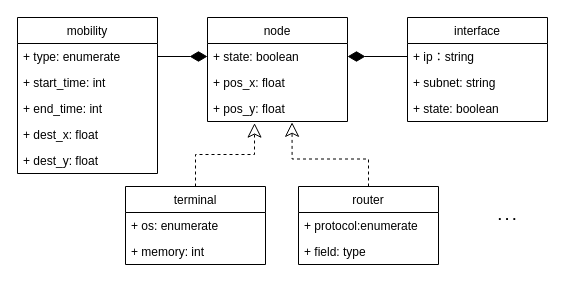
Above: 5_节点类图.drawio in Icarus1994/neutron_conf (draw.io), before the change. Source tidied: cells renumbered, new cells numbered last; positions are measured from the earlier drawing's top-left corner, leaving out a move shared by most shapes. Both pictures are drawn from the tidied source at 100%, with x=0, y=0 at pixel (17, 17).
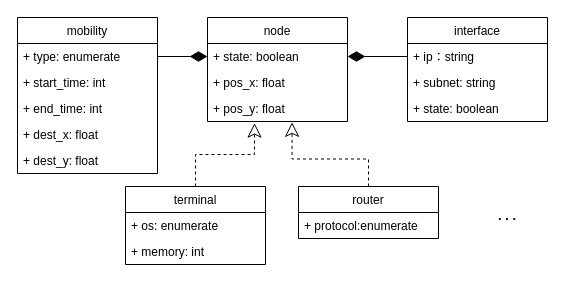
After the change.

What changed in the source:
```diff
@@
     <mxCell id="11" value="router" style="swimlane;fontStyle=0;horizontal=1;startSize=26;fillColor=none;" parent="1" vertex="1">
-      <mxGeometry x="281" y="169" width="140" height="78" as="geometry" />
+      <mxGeometry x="281" y="169" width="140" height="52" as="geometry" />
     </mxCell>
@@
-    <mxCell id="13" value="+ field: type" style="text;strokeColor=none;fillColor=none;align=left;verticalAlign=top;spacingLeft=4;spacingRight=4;overflow=hidden;" parent="11" vertex="1">
-      <mxGeometry y="52" width="140" height="26" as="geometry" />
-    </mxCell>
```
